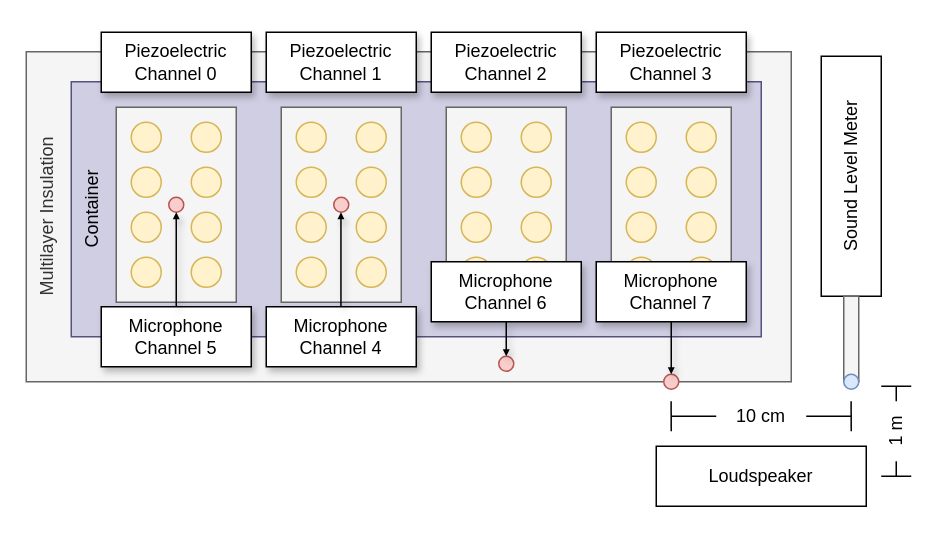
Before: page "external noise layout" (5 of 10) of dissertation/dissertation_diagram.drawio in dkadyrov/Vibro-Acoustic-Signatures-and-Detection-Algorithms-for-Stored-Product-Insects, a draw.io diagram. Source tidied: cells renumbered, new cells numbered last; positions are measured from the earlier drawing's top-left corner, leaving out a move shared by most shapes. Both pictures are drawn from the tidied source at 150%, with x=0, y=0 at pixel (26, 32).
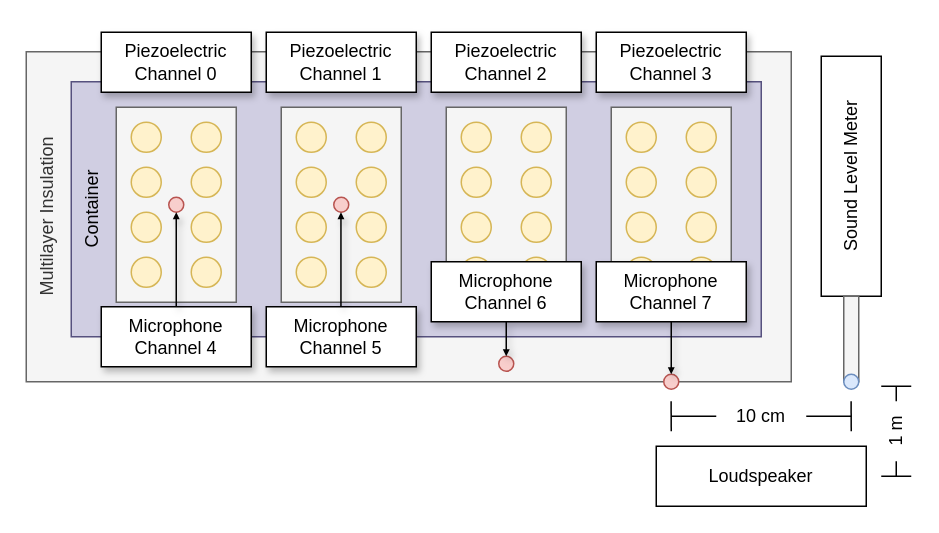
The same page after the edit.

Change to the diagram source:
```diff
@@
-    <mxCell id="15" value="&lt;div&gt;Microphone&lt;/div&gt;Channel 4" style="rounded=0;whiteSpace=wrap;html=1;fontFamily=NewComputerModernMath;shadow=1;fontSize=12;" parent="1" vertex="1">
+    <mxCell id="15" value="&lt;div&gt;Microphone&lt;/div&gt;Channel 5" style="rounded=0;whiteSpace=wrap;html=1;fontFamily=NewComputerModernMath;shadow=1;fontSize=12;" parent="1" vertex="1">
       <mxGeometry x="160" y="183" width="100" height="40" as="geometry" />
     </mxCell>
@@
-    <mxCell id="54" value="&lt;div&gt;Microphone&lt;/div&gt;Channel 5" style="rounded=0;whiteSpace=wrap;html=1;fontFamily=NewComputerModernMath;shadow=1;fontSize=12;" parent="1" vertex="1">
+    <mxCell id="54" value="&lt;div&gt;Microphone&lt;/div&gt;Channel 4" style="rounded=0;whiteSpace=wrap;html=1;fontFamily=NewComputerModernMath;shadow=1;fontSize=12;" parent="1" vertex="1">
       <mxGeometry x="50" y="183" width="100" height="40" as="geometry" />
     </mxCell>
```
